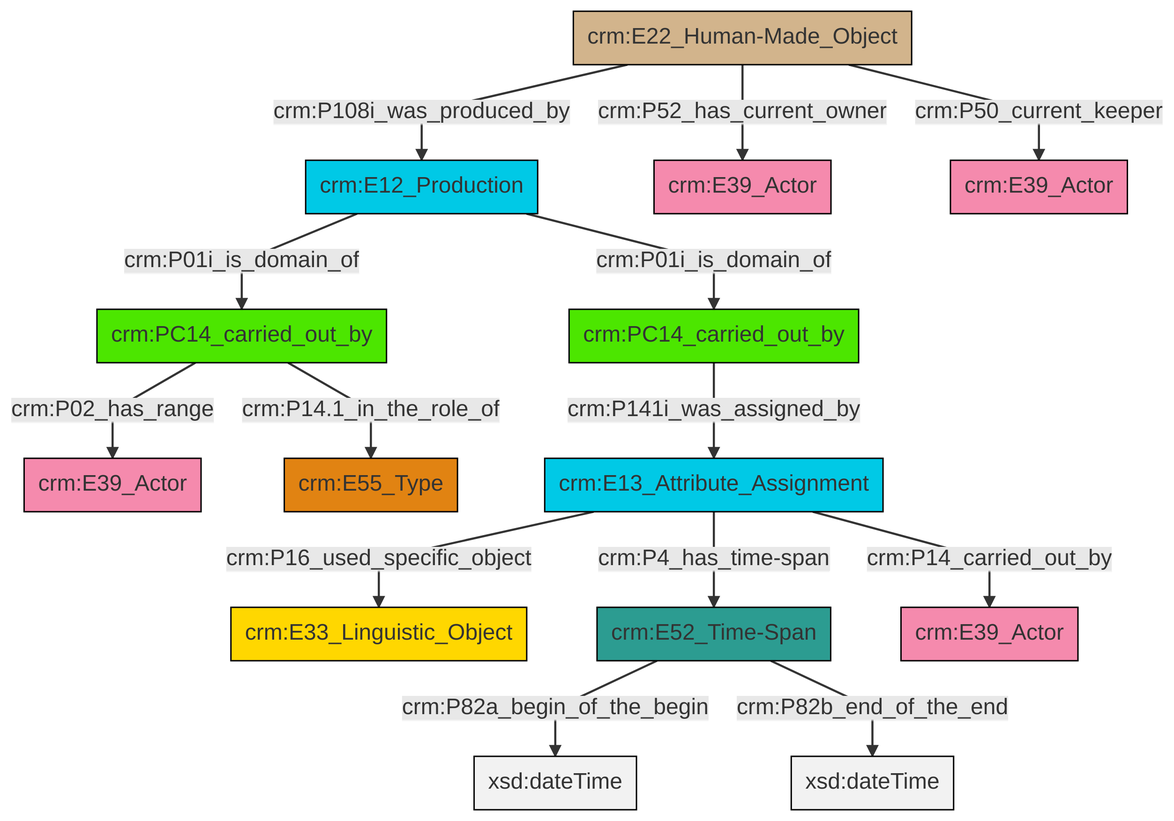
swiss-art-research-net/docs.swissartresearch keeps this Mermaid diagram as et/carrierCSV/ttl/mmd/png/carrier_relations.png. Above is the earlier version. Its source is kept beside it as et/carrierCSV/ttl/mmd/carrier_relations.ttl.mmd. The source it was exported from:
```mermaid
graph TD
classDef Literal fill:#f2f2f2,stroke:#000000;
classDef CRM_Entity fill:#FFFFFF,stroke:#000000;
classDef Temporal_Entity fill:#00C9E6, stroke:#000000;
classDef Type fill:#E18312, stroke:#000000;
classDef Time-Span fill:#2C9C91, stroke:#000000;
classDef Appellation fill:#FFEB7F, stroke:#000000;
classDef Place fill:#008836, stroke:#000000;
classDef Persistent_Item fill:#B266B2, stroke:#000000;
classDef Conceptual_Object fill:#FFD700, stroke:#000000;
classDef Physical_Thing fill:#D2B48C, stroke:#000000;
classDef Actor fill:#f58aad, stroke:#000000;
classDef PC_Classes fill:#4ce600, stroke:#000000;
classDef Multi fill:#cccccc,stroke:#000000;

0["crm:PC14_carried_out_by"]:::PC_Classes -->|crm:P02_has_range| 1["crm:E39_Actor"]:::Actor
6["crm:E22_Human-Made_Object"]:::Physical_Thing -->|crm:P50_current_keeper| 7["crm:E39_Actor"]:::Actor
0["crm:PC14_carried_out_by"]:::PC_Classes -->|crm:P14.1_in_the_role_of| 10["crm:E55_Type"]:::Type
2["crm:E12_Production"]:::Temporal_Entity -->|crm:P01i_is_domain_of| 11["crm:PC14_carried_out_by"]:::PC_Classes
12["crm:E52_Time-Span"]:::Time-Span -->|crm:P82a_begin_of_the_begin| 13[xsd:dateTime]:::Literal
14["crm:E13_Attribute_Assignment"]:::Temporal_Entity -->|crm:P14_carried_out_by| 15["crm:E39_Actor"]:::Actor
6["crm:E22_Human-Made_Object"]:::Physical_Thing -->|crm:P52_has_current_owner| 4["crm:E39_Actor"]:::Actor
2["crm:E12_Production"]:::Temporal_Entity -->|crm:P01i_is_domain_of| 0["crm:PC14_carried_out_by"]:::PC_Classes
6["crm:E22_Human-Made_Object"]:::Physical_Thing -->|crm:P108i_was_produced_by| 2["crm:E12_Production"]:::Temporal_Entity
11["crm:PC14_carried_out_by"]:::PC_Classes -->|crm:P141i_was_assigned_by| 14["crm:E13_Attribute_Assignment"]:::Temporal_Entity
14["crm:E13_Attribute_Assignment"]:::Temporal_Entity -->|crm:P16_used_specific_object| 8["crm:E33_Linguistic_Object"]:::Conceptual_Object
14["crm:E13_Attribute_Assignment"]:::Temporal_Entity -->|crm:P4_has_time-span| 12["crm:E52_Time-Span"]:::Time-Span
12["crm:E52_Time-Span"]:::Time-Span -->|crm:P82b_end_of_the_end| 25[xsd:dateTime]:::Literal
```
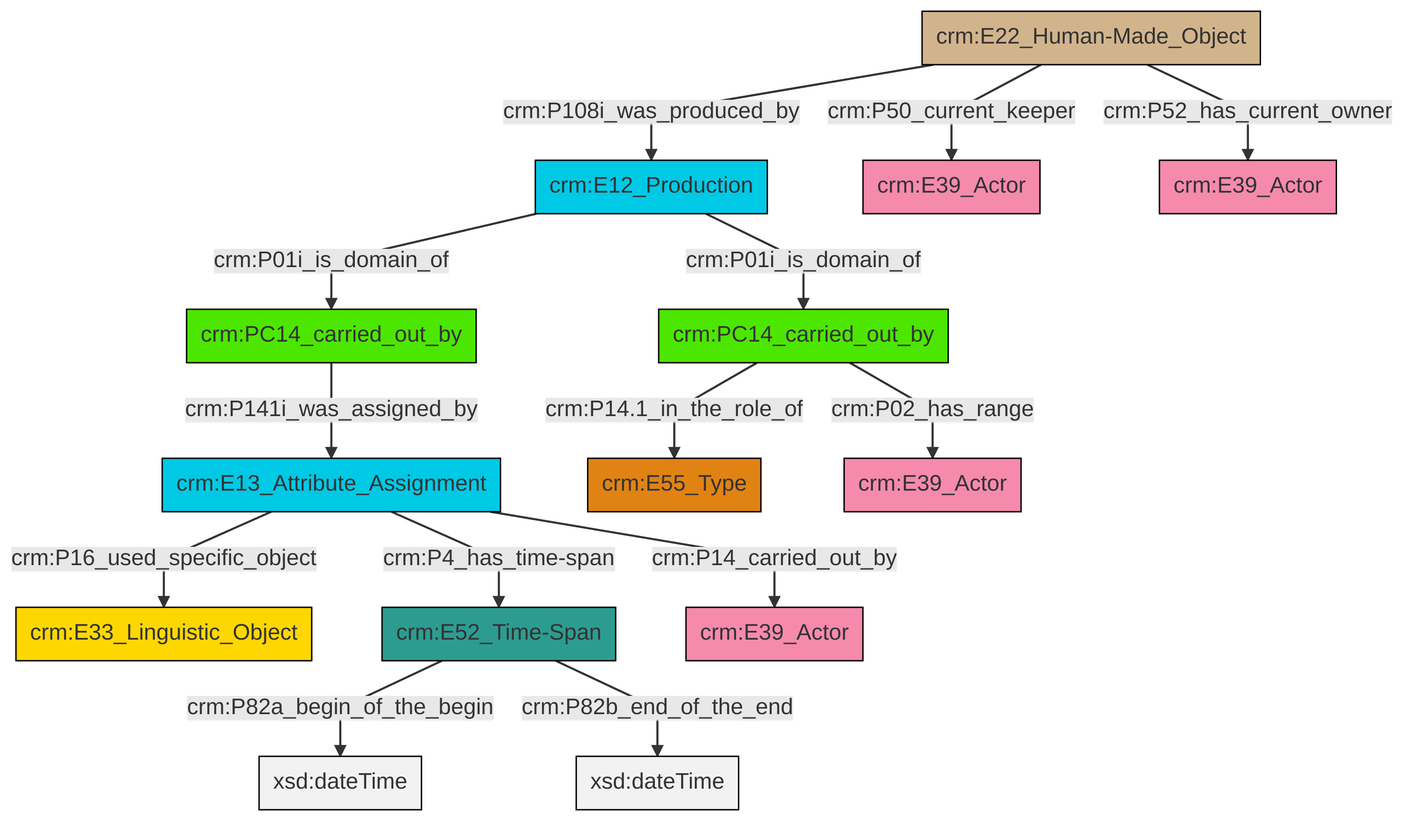
The same file after the commit.

Change to the diagram source:
```diff
@@ -13,16 +13,16 @@
 classDef PC_Classes fill:#4ce600, stroke:#000000;
 classDef Multi fill:#cccccc,stroke:#000000;
 
-0["crm:PC14_carried_out_by"]:::PC_Classes -->|crm:P02_has_range| 1["crm:E39_Actor"]:::Actor
-6["crm:E22_Human-Made_Object"]:::Physical_Thing -->|crm:P50_current_keeper| 7["crm:E39_Actor"]:::Actor
-0["crm:PC14_carried_out_by"]:::PC_Classes -->|crm:P14.1_in_the_role_of| 10["crm:E55_Type"]:::Type
-2["crm:E12_Production"]:::Temporal_Entity -->|crm:P01i_is_domain_of| 11["crm:PC14_carried_out_by"]:::PC_Classes
-12["crm:E52_Time-Span"]:::Time-Span -->|crm:P82a_begin_of_the_begin| 13[xsd:dateTime]:::Literal
-14["crm:E13_Attribute_Assignment"]:::Temporal_Entity -->|crm:P14_carried_out_by| 15["crm:E39_Actor"]:::Actor
-6["crm:E22_Human-Made_Object"]:::Physical_Thing -->|crm:P52_has_current_owner| 4["crm:E39_Actor"]:::Actor
-2["crm:E12_Production"]:::Temporal_Entity -->|crm:P01i_is_domain_of| 0["crm:PC14_carried_out_by"]:::PC_Classes
-6["crm:E22_Human-Made_Object"]:::Physical_Thing -->|crm:P108i_was_produced_by| 2["crm:E12_Production"]:::Temporal_Entity
-11["crm:PC14_carried_out_by"]:::PC_Classes -->|crm:P141i_was_assigned_by| 14["crm:E13_Attribute_Assignment"]:::Temporal_Entity
-14["crm:E13_Attribute_Assignment"]:::Temporal_Entity -->|crm:P16_used_specific_object| 8["crm:E33_Linguistic_Object"]:::Conceptual_Object
-14["crm:E13_Attribute_Assignment"]:::Temporal_Entity -->|crm:P4_has_time-span| 12["crm:E52_Time-Span"]:::Time-Span
-12["crm:E52_Time-Span"]:::Time-Span -->|crm:P82b_end_of_the_end| 25[xsd:dateTime]:::Literal
+0["crm:E22_Human-Made_Object"]:::Physical_Thing -->|crm:P108i_was_produced_by| 1["crm:E12_Production"]:::Temporal_Entity
+0["crm:E22_Human-Made_Object"]:::Physical_Thing -->|crm:P50_current_keeper| 2["crm:E39_Actor"]:::Actor
+1["crm:E12_Production"]:::Temporal_Entity -->|crm:P01i_is_domain_of| 3["crm:PC14_carried_out_by"]:::PC_Classes
+4["crm:E13_Attribute_Assignment"]:::Temporal_Entity -->|crm:P16_used_specific_object| 5["crm:E33_Linguistic_Object"]:::Conceptual_Object
+4["crm:E13_Attribute_Assignment"]:::Temporal_Entity -->|crm:P4_has_time-span| 6["crm:E52_Time-Span"]:::Time-Span
+1["crm:E12_Production"]:::Temporal_Entity -->|crm:P01i_is_domain_of| 9["crm:PC14_carried_out_by"]:::PC_Classes
+6["crm:E52_Time-Span"]:::Time-Span -->|crm:P82a_begin_of_the_begin| 11[xsd:dateTime]:::Literal
+3["crm:PC14_carried_out_by"]:::PC_Classes -->|crm:P141i_was_assigned_by| 4["crm:E13_Attribute_Assignment"]:::Temporal_Entity
+9["crm:PC14_carried_out_by"]:::PC_Classes -->|crm:P14.1_in_the_role_of| 15["crm:E55_Type"]:::Type
+4["crm:E13_Attribute_Assignment"]:::Temporal_Entity -->|crm:P14_carried_out_by| 17["crm:E39_Actor"]:::Actor
+6["crm:E52_Time-Span"]:::Time-Span -->|crm:P82b_end_of_the_end| 19[xsd:dateTime]:::Literal
+9["crm:PC14_carried_out_by"]:::PC_Classes -->|crm:P02_has_range| 20["crm:E39_Actor"]:::Actor
+0["crm:E22_Human-Made_Object"]:::Physical_Thing -->|crm:P52_has_current_owner| 23["crm:E39_Actor"]:::Actor
```
